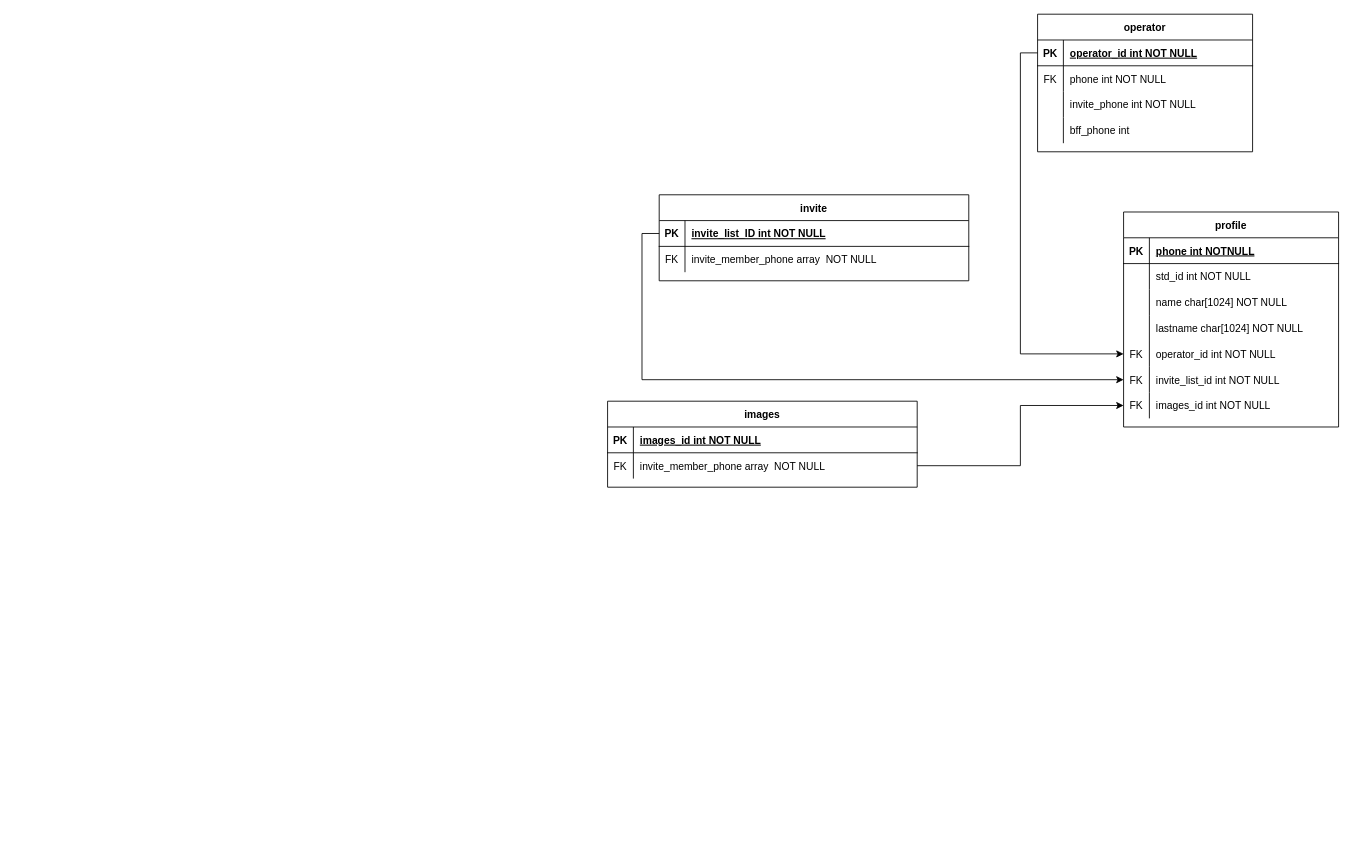
This is ER Diagram/ER Database.drawio from rapeeza1598/DB-Project-KMUTNB, a draw.io file, before an edit. Source tidied: cells renumbered, new cells numbered last; positions are measured from the earlier drawing's top-left corner, leaving out a move shared by most shapes. Both pictures are drawn from the tidied source at 86%, with x=0, y=0 at pixel (607, 14).
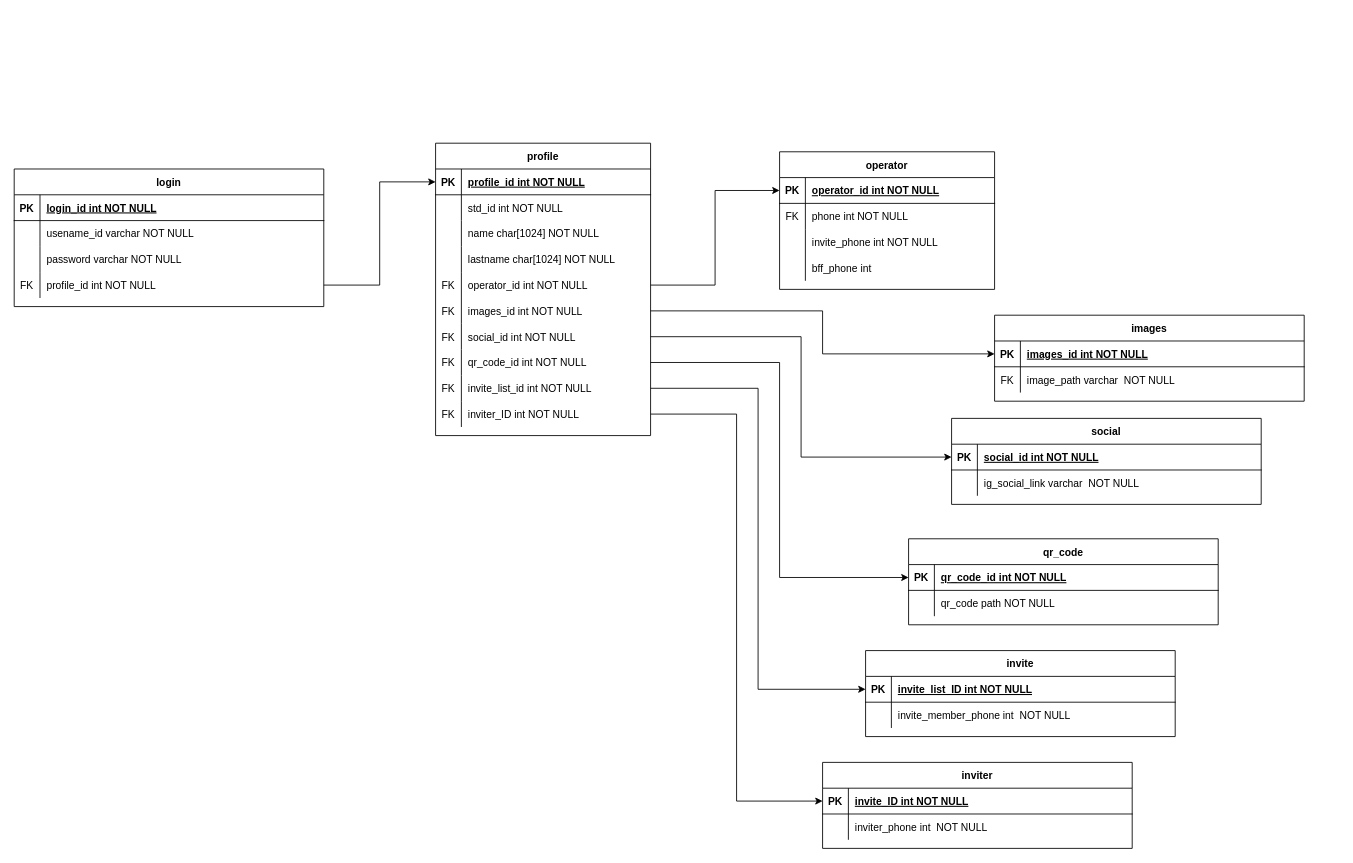
After the change.

Commit message:
:white_check_mark: Update ER Diagram

Unchanged cells that the change refers to:
```xml
<mxCell id="3" style="shape=partialRectangle;fillColor=none;points=[[0,0.5],[1,0.5]];portConstraint=eastwest;top=0;left=0;right=0;bottom=1;" parent="2" vertex="1">
  <mxGeometry y="30" width="250" height="30" as="geometry" />
</mxCell>
<mxCell id="15" style="shape=partialRectangle;fillColor=none;points=[[0,0.5],[1,0.5]];portConstraint=eastwest;top=0;left=0;right=0;bottom=0;" parent="2" vertex="1">
  <mxGeometry y="150" width="250" height="30" as="geometry" />
</mxCell>
<mxCell id="25" style="shape=partialRectangle;fillColor=none;points=[[0,0.5],[1,0.5]];portConstraint=eastwest;top=0;left=0;right=0;bottom=1;" parent="24" vertex="1">
  <mxGeometry y="30" width="360" height="30" as="geometry" />
</mxCell>
<mxCell id="28" style="shape=partialRectangle;fillColor=none;top=0;left=0;right=0;bottom=0;" parent="24" vertex="1">
  <mxGeometry y="60" width="360" height="30" as="geometry" />
</mxCell>
<mxCell id="32" style="shape=partialRectangle;fillColor=none;points=[[0,0.5],[1,0.5]];portConstraint=eastwest;top=0;left=0;right=0;bottom=1;" parent="31" vertex="1">
  <mxGeometry y="30" width="250" height="30" as="geometry" />
</mxCell>
<mxCell id="47" style="shape=partialRectangle;fillColor=none;points=[[0,0.5],[1,0.5]];portConstraint=eastwest;top=0;left=0;right=0;bottom=1;" parent="46" vertex="1">
  <mxGeometry y="30" width="360" height="30" as="geometry" />
</mxCell>
<mxCell id="50" style="shape=partialRectangle;fillColor=none;points=[[0,0.5],[1,0.5]];portConstraint=eastwest;top=0;left=0;right=0;bottom=0;" parent="46" vertex="1">
  <mxGeometry y="60" width="360" height="30" as="geometry" />
</mxCell>
```

What changed in the source:
```diff
@@
     <mxCell id="2" value="profile" style="shape=table;startSize=30;childLayout=tableLayout;rowLines=0;fontStyle=1;align=center;" parent="1" vertex="1">
-      <mxGeometry x="600" y="230" width="250" height="250" as="geometry" />
+      <mxGeometry x="-200" y="150" width="250" height="340" as="geometry" />
     </mxCell>
@@
-    <mxCell id="5" value="phone int NOTNULL" style="shape=partialRectangle;overflow=hidden;fillColor=none;top=0;left=0;bottom=0;right=0;align=left;spacingLeft=6;fontStyle=5;" parent="3" vertex="1">
+    <mxCell id="5" value="profile_id int NOT NULL" style="shape=partialRectangle;overflow=hidden;fillColor=none;top=0;left=0;bottom=0;right=0;align=left;spacingLeft=6;fontStyle=5;" parent="3" vertex="1">
       <mxGeometry x="30" width="220" height="30" as="geometry" />
     </mxCell>
@@
+    <mxCell id="21" style="shape=partialRectangle;fillColor=none;points=[[0,0.5],[1,0.5]];portConstraint=eastwest;top=0;left=0;right=0;bottom=0;" parent="2" vertex="1">
+      <mxGeometry y="180" width="250" height="30" as="geometry" />
+    </mxCell>
+    <mxCell id="22" value="FK" style="shape=partialRectangle;overflow=hidden;fillColor=none;top=0;left=0;bottom=0;right=0;" parent="21" vertex="1">
+      <mxGeometry width="30" height="30" as="geometry" />
+    </mxCell>
+    <mxCell id="23" value="images_id int NOT NULL" style="shape=partialRectangle;overflow=hidden;fillColor=none;top=0;left=0;bottom=0;right=0;align=left;spacingLeft=6;" parent="21" vertex="1">
+      <mxGeometry x="30" width="220" height="30" as="geometry" />
+    </mxCell>
+    <mxCell id="54" style="shape=partialRectangle;fillColor=none;points=[[0,0.5],[1,0.5]];portConstraint=eastwest;top=0;left=0;right=0;bottom=0;" parent="2" vertex="1">
+      <mxGeometry y="210" width="250" height="30" as="geometry" />
+    </mxCell>
+    <mxCell id="55" value="FK" style="shape=partialRectangle;overflow=hidden;fillColor=none;top=0;left=0;bottom=0;right=0;" parent="54" vertex="1">
+      <mxGeometry width="30" height="30" as="geometry" />
+    </mxCell>
+    <mxCell id="56" value="social_id int NOT NULL" style="shape=partialRectangle;overflow=hidden;fillColor=none;top=0;left=0;bottom=0;right=0;align=left;spacingLeft=6;" parent="54" vertex="1">
+      <mxGeometry x="30" width="220" height="30" as="geometry" />
+    </mxCell>
+    <mxCell id="57" style="shape=partialRectangle;fillColor=none;points=[[0,0.5],[1,0.5]];portConstraint=eastwest;top=0;left=0;right=0;bottom=0;" parent="2" vertex="1">
+      <mxGeometry y="240" width="250" height="30" as="geometry" />
+    </mxCell>
+    <mxCell id="58" value="FK" style="shape=partialRectangle;overflow=hidden;fillColor=none;top=0;left=0;bottom=0;right=0;" parent="57" vertex="1">
+      <mxGeometry width="30" height="30" as="geometry" />
+    </mxCell>
+    <mxCell id="59" value="qr_code_id int NOT NULL" style="shape=partialRectangle;overflow=hidden;fillColor=none;top=0;left=0;bottom=0;right=0;align=left;spacingLeft=6;" parent="57" vertex="1">
+      <mxGeometry x="30" width="220" height="30" as="geometry" />
+    </mxCell>
     <mxCell id="18" style="shape=partialRectangle;fillColor=none;points=[[0,0.5],[1,0.5]];portConstraint=eastwest;top=0;left=0;right=0;bottom=0;" parent="2" vertex="1">
-      <mxGeometry y="180" width="250" height="30" as="geometry" />
+      <mxGeometry y="270" width="250" height="30" as="geometry" />
     </mxCell>
@@
-    <mxCell id="21" style="shape=partialRectangle;fillColor=none;points=[[0,0.5],[1,0.5]];portConstraint=eastwest;top=0;left=0;right=0;bottom=0;" parent="2" vertex="1">
-      <mxGeometry y="210" width="250" height="30" as="geometry" />
-    </mxCell>
-    <mxCell id="22" value="FK" style="shape=partialRectangle;overflow=hidden;fillColor=none;top=0;left=0;bottom=0;right=0;" parent="21" vertex="1">
-      <mxGeometry width="30" height="30" as="geometry" />
-    </mxCell>
-    <mxCell id="23" value="images_id int NOT NULL" style="shape=partialRectangle;overflow=hidden;fillColor=none;top=0;left=0;bottom=0;right=0;align=left;spacingLeft=6;" parent="21" vertex="1">
-      <mxGeometry x="30" width="220" height="30" as="geometry" />
-    </mxCell>
+    <mxCell id="60" style="shape=partialRectangle;fillColor=none;points=[[0,0.5],[1,0.5]];portConstraint=eastwest;top=0;left=0;right=0;bottom=0;" parent="2" vertex="1">
+      <mxGeometry y="300" width="250" height="30" as="geometry" />
+    </mxCell>
+    <mxCell id="61" value="FK" style="shape=partialRectangle;overflow=hidden;fillColor=none;top=0;left=0;bottom=0;right=0;" parent="60" vertex="1">
+      <mxGeometry width="30" height="30" as="geometry" />
+    </mxCell>
+    <mxCell id="62" value="inviter_ID int NOT NULL" style="shape=partialRectangle;overflow=hidden;fillColor=none;top=0;left=0;bottom=0;right=0;align=left;spacingLeft=6;" parent="60" vertex="1">
+      <mxGeometry x="30" width="220" height="30" as="geometry" />
+    </mxCell>
     <mxCell id="24" value="invite" style="shape=table;startSize=30;childLayout=tableLayout;rowLines=0;fontStyle=1;align=center;" parent="1" vertex="1">
-      <mxGeometry x="60" y="210" width="360" height="100" as="geometry" />
+      <mxGeometry x="300" y="740" width="360" height="100" as="geometry" />
     </mxCell>
@@
-    <mxCell id="29" value="FK" style="shape=partialRectangle;overflow=hidden;fillColor=none;top=0;left=0;bottom=0;right=0;" parent="28" vertex="1">
+    <mxCell id="29" style="shape=partialRectangle;overflow=hidden;fillColor=none;top=0;left=0;bottom=0;right=0;" parent="28" vertex="1">
       <mxGeometry width="30" height="30" as="geometry" />
     </mxCell>
-    <mxCell id="30" value="invite_member_phone array  NOT NULL" style="shape=partialRectangle;overflow=hidden;fillColor=none;top=0;left=0;bottom=0;right=0;align=left;spacingLeft=6;" parent="28" vertex="1">
+    <mxCell id="30" value="invite_member_phone int  NOT NULL" style="shape=partialRectangle;overflow=hidden;fillColor=none;top=0;left=0;bottom=0;right=0;align=left;spacingLeft=6;" parent="28" vertex="1">
       <mxGeometry x="30" width="330" height="30" as="geometry" />
     </mxCell>
     <mxCell id="31" value="operator" style="shape=table;startSize=30;childLayout=tableLayout;rowLines=0;fontStyle=1;align=center;" parent="1" vertex="1">
-      <mxGeometry x="500" width="250" height="160" as="geometry" />
+      <mxGeometry x="200" y="160" width="250" height="160" as="geometry" />
     </mxCell>
@@
-    <mxCell id="44" style="edgeStyle=orthogonalEdgeStyle;rounded=0;jettySize=auto;html=1;exitX=0;exitY=0.5;exitDx=0;exitDy=0;entryX=0;entryY=0.5;entryDx=0;entryDy=0;" parent="1" edge="1" source="32" target="15">
-      <mxGeometry relative="1" as="geometry" />
-    </mxCell>
-    <mxCell id="45" style="edgeStyle=orthogonalEdgeStyle;rounded=0;jettySize=auto;html=1;exitX=0;exitY=0.5;exitDx=0;exitDy=0;entryX=0;entryY=0.5;entryDx=0;entryDy=0;" parent="1" edge="1" source="25" target="18">
-      <mxGeometry relative="1" as="geometry" />
-    </mxCell>
     <mxCell id="46" value="images" style="shape=table;startSize=30;childLayout=tableLayout;rowLines=0;fontStyle=1;align=center;" parent="1" vertex="1">
-      <mxGeometry y="450" width="360" height="100" as="geometry" />
+      <mxGeometry x="450" y="350" width="360" height="100" as="geometry" />
     </mxCell>
@@
-    <mxCell id="52" value="invite_member_phone array  NOT NULL" style="shape=partialRectangle;overflow=hidden;fillColor=none;top=0;left=0;bottom=0;right=0;align=left;spacingLeft=6;" parent="50" vertex="1">
+    <mxCell id="52" value="image_path varchar  NOT NULL" style="shape=partialRectangle;overflow=hidden;fillColor=none;top=0;left=0;bottom=0;right=0;align=left;spacingLeft=6;" parent="50" vertex="1">
       <mxGeometry x="30" width="330" height="30" as="geometry" />
     </mxCell>
-    <mxCell id="53" style="edgeStyle=orthogonalEdgeStyle;rounded=0;jettySize=auto;html=1;exitX=1;exitY=0.5;exitDx=0;exitDy=0;entryX=0;entryY=0.5;entryDx=0;entryDy=0;" parent="1" edge="1" source="50" target="21">
-      <mxGeometry relative="1" as="geometry" />
-    </mxCell>
+    <mxCell id="63" value="social" style="shape=table;startSize=30;childLayout=tableLayout;rowLines=0;fontStyle=1;align=center;" parent="1" vertex="1">
+      <mxGeometry x="400" y="470" width="360" height="100" as="geometry" />
+    </mxCell>
+    <mxCell id="64" style="shape=partialRectangle;fillColor=none;points=[[0,0.5],[1,0.5]];portConstraint=eastwest;top=0;left=0;right=0;bottom=1;" parent="63" vertex="1">
+      <mxGeometry y="30" width="360" height="30" as="geometry" />
+    </mxCell>
+    <mxCell id="65" value="PK" style="shape=partialRectangle;overflow=hidden;fillColor=none;top=0;left=0;bottom=0;right=0;fontStyle=1;" parent="64" vertex="1">
+      <mxGeometry width="30" height="30" as="geometry" />
+    </mxCell>
+    <mxCell id="66" value="social_id int NOT NULL" style="shape=partialRectangle;overflow=hidden;fillColor=none;top=0;left=0;bottom=0;right=0;align=left;spacingLeft=6;fontStyle=5;" parent="64" vertex="1">
+      <mxGeometry x="30" width="330" height="30" as="geometry" />
+    </mxCell>
+    <mxCell id="67" style="shape=partialRectangle;fillColor=none;top=0;left=0;right=0;bottom=0;" parent="63" vertex="1">
+      <mxGeometry y="60" width="360" height="30" as="geometry" />
+    </mxCell>
+    <mxCell id="68" style="shape=partialRectangle;overflow=hidden;fillColor=none;top=0;left=0;bottom=0;right=0;" parent="67" vertex="1">
+      <mxGeometry width="30" height="30" as="geometry" />
+    </mxCell>
+    <mxCell id="69" value="ig_social_link varchar  NOT NULL" style="shape=partialRectangle;overflow=hidden;fillColor=none;top=0;left=0;bottom=0;right=0;align=left;spacingLeft=6;" parent="67" vertex="1">
+      <mxGeometry x="30" width="330" height="30" as="geometry" />
+    </mxCell>
+    <mxCell id="70" value="login" style="shape=table;startSize=30;childLayout=tableLayout;rowLines=0;fontStyle=1;align=center;" parent="1" vertex="1">
+      <mxGeometry x="-690" y="180" width="360" height="160" as="geometry" />
+    </mxCell>
+    <mxCell id="71" style="shape=partialRectangle;fillColor=none;top=0;left=0;right=0;bottom=1;" parent="70" vertex="1">
+      <mxGeometry y="30" width="360" height="30" as="geometry" />
+    </mxCell>
+    <mxCell id="72" value="PK" style="shape=partialRectangle;overflow=hidden;fillColor=none;top=0;left=0;bottom=0;right=0;fontStyle=1;" parent="71" vertex="1">
+      <mxGeometry width="30" height="30" as="geometry" />
+    </mxCell>
+    <mxCell id="73" value="login_id int NOT NULL" style="shape=partialRectangle;overflow=hidden;fillColor=none;top=0;left=0;bottom=0;right=0;align=left;spacingLeft=6;fontStyle=5;" parent="71" vertex="1">
+      <mxGeometry x="30" width="330" height="30" as="geometry" />
+    </mxCell>
+    <mxCell id="74" style="shape=partialRectangle;fillColor=none;top=0;left=0;right=0;bottom=0;" parent="70" vertex="1">
+      <mxGeometry y="60" width="360" height="30" as="geometry" />
+    </mxCell>
+    <mxCell id="75" style="shape=partialRectangle;overflow=hidden;fillColor=none;top=0;left=0;bottom=0;right=0;" parent="74" vertex="1">
+      <mxGeometry width="30" height="30" as="geometry" />
+    </mxCell>
+    <mxCell id="76" value="usename_id varchar NOT NULL" style="shape=partialRectangle;overflow=hidden;fillColor=none;top=0;left=0;bottom=0;right=0;align=left;spacingLeft=6;" parent="74" vertex="1">
+      <mxGeometry x="30" width="330" height="30" as="geometry" />
+    </mxCell>
+    <mxCell id="77" style="shape=partialRectangle;fillColor=none;top=0;left=0;right=0;bottom=0;" parent="70" vertex="1">
+      <mxGeometry y="90" width="360" height="30" as="geometry" />
+    </mxCell>
+    <mxCell id="78" style="shape=partialRectangle;overflow=hidden;fillColor=none;top=0;left=0;bottom=0;right=0;" parent="77" vertex="1">
+      <mxGeometry width="30" height="30" as="geometry" />
+    </mxCell>
+    <mxCell id="79" value="password varchar NOT NULL" style="shape=partialRectangle;overflow=hidden;fillColor=none;top=0;left=0;bottom=0;right=0;align=left;spacingLeft=6;" parent="77" vertex="1">
+      <mxGeometry x="30" width="330" height="30" as="geometry" />
+    </mxCell>
+    <mxCell id="80" style="shape=partialRectangle;fillColor=none;points=[[0,0.5],[1,0.5]];portConstraint=eastwest;top=0;left=0;right=0;bottom=0;" parent="70" vertex="1">
+      <mxGeometry y="120" width="360" height="30" as="geometry" />
+    </mxCell>
+    <mxCell id="81" value="FK" style="shape=partialRectangle;overflow=hidden;fillColor=none;top=0;left=0;bottom=0;right=0;" parent="80" vertex="1">
+      <mxGeometry width="30" height="30" as="geometry" />
+    </mxCell>
+    <mxCell id="82" value="profile_id int NOT NULL" style="shape=partialRectangle;overflow=hidden;fillColor=none;top=0;left=0;bottom=0;right=0;align=left;spacingLeft=6;" parent="80" vertex="1">
+      <mxGeometry x="30" width="330" height="30" as="geometry" />
+    </mxCell>
+    <mxCell id="83" value="inviter" style="shape=table;startSize=30;childLayout=tableLayout;rowLines=0;fontStyle=1;align=center;" parent="1" vertex="1">
+      <mxGeometry x="250" y="870" width="360" height="100" as="geometry" />
+    </mxCell>
+    <mxCell id="84" style="shape=partialRectangle;fillColor=none;points=[[0,0.5],[1,0.5]];portConstraint=eastwest;top=0;left=0;right=0;bottom=1;" parent="83" vertex="1">
+      <mxGeometry y="30" width="360" height="30" as="geometry" />
+    </mxCell>
+    <mxCell id="85" value="PK" style="shape=partialRectangle;overflow=hidden;fillColor=none;top=0;left=0;bottom=0;right=0;fontStyle=1;" parent="84" vertex="1">
+      <mxGeometry width="30" height="30" as="geometry" />
+    </mxCell>
+    <mxCell id="86" value="invite_ID int NOT NULL" style="shape=partialRectangle;overflow=hidden;fillColor=none;top=0;left=0;bottom=0;right=0;align=left;spacingLeft=6;fontStyle=5;" parent="84" vertex="1">
+      <mxGeometry x="30" width="330" height="30" as="geometry" />
+    </mxCell>
+    <mxCell id="87" style="shape=partialRectangle;fillColor=none;top=0;left=0;right=0;bottom=0;" parent="83" vertex="1">
+      <mxGeometry y="60" width="360" height="30" as="geometry" />
+    </mxCell>
+    <mxCell id="88" style="shape=partialRectangle;overflow=hidden;fillColor=none;top=0;left=0;bottom=0;right=0;" parent="87" vertex="1">
+      <mxGeometry width="30" height="30" as="geometry" />
+    </mxCell>
+    <mxCell id="89" value="inviter_phone int  NOT NULL" style="shape=partialRectangle;overflow=hidden;fillColor=none;top=0;left=0;bottom=0;right=0;align=left;spacingLeft=6;" parent="87" vertex="1">
+      <mxGeometry x="30" width="330" height="30" as="geometry" />
+    </mxCell>
+    <mxCell id="90" value="qr_code" style="shape=table;startSize=30;childLayout=tableLayout;rowLines=0;fontStyle=1;align=center;" parent="1" vertex="1">
+      <mxGeometry x="350" y="610" width="360" height="100" as="geometry" />
+    </mxCell>
+    <mxCell id="91" style="shape=partialRectangle;fillColor=none;points=[[0,0.5],[1,0.5]];portConstraint=eastwest;top=0;left=0;right=0;bottom=1;" parent="90" vertex="1">
+      <mxGeometry y="30" width="360" height="30" as="geometry" />
+    </mxCell>
+    <mxCell id="92" value="PK" style="shape=partialRectangle;overflow=hidden;fillColor=none;top=0;left=0;bottom=0;right=0;fontStyle=1;" parent="91" vertex="1">
+      <mxGeometry width="30" height="30" as="geometry" />
+    </mxCell>
+    <mxCell id="93" value="qr_code_id int NOT NULL" style="shape=partialRectangle;overflow=hidden;fillColor=none;top=0;left=0;bottom=0;right=0;align=left;spacingLeft=6;fontStyle=5;" parent="91" vertex="1">
+      <mxGeometry x="30" width="330" height="30" as="geometry" />
+    </mxCell>
+    <mxCell id="94" style="shape=partialRectangle;fillColor=none;top=0;left=0;right=0;bottom=0;" parent="90" vertex="1">
+      <mxGeometry y="60" width="360" height="30" as="geometry" />
+    </mxCell>
+    <mxCell id="95" style="shape=partialRectangle;overflow=hidden;fillColor=none;top=0;left=0;bottom=0;right=0;" parent="94" vertex="1">
+      <mxGeometry width="30" height="30" as="geometry" />
+    </mxCell>
+    <mxCell id="96" value="qr_code path NOT NULL" style="shape=partialRectangle;overflow=hidden;fillColor=none;top=0;left=0;bottom=0;right=0;align=left;spacingLeft=6;" parent="94" vertex="1">
+      <mxGeometry x="30" width="330" height="30" as="geometry" />
+    </mxCell>
+    <mxCell id="97" style="edgeStyle=orthogonalEdgeStyle;rounded=0;jettySize=auto;html=1;exitX=1;exitY=0.5;exitDx=0;exitDy=0;entryX=0;entryY=0.5;entryDx=0;entryDy=0;" parent="1" edge="1" source="15" target="32">
+      <mxGeometry relative="1" as="geometry" />
+    </mxCell>
+    <mxCell id="98" style="edgeStyle=orthogonalEdgeStyle;rounded=0;jettySize=auto;html=1;exitX=1;exitY=0.5;exitDx=0;exitDy=0;entryX=0;entryY=0.5;entryDx=0;entryDy=0;" parent="1" edge="1" source="80" target="3">
+      <mxGeometry relative="1" as="geometry" />
+    </mxCell>
+    <mxCell id="99" style="edgeStyle=orthogonalEdgeStyle;rounded=0;jettySize=auto;html=1;exitX=1;exitY=0.5;exitDx=0;exitDy=0;entryX=0;entryY=0.5;entryDx=0;entryDy=0;" parent="1" edge="1" source="21" target="47">
+      <mxGeometry relative="1" as="geometry" />
+    </mxCell>
+    <mxCell id="100" style="edgeStyle=orthogonalEdgeStyle;rounded=0;jettySize=auto;html=1;exitX=1;exitY=0.5;exitDx=0;exitDy=0;entryX=0;entryY=0.5;entryDx=0;entryDy=0;" parent="1" edge="1" source="54" target="64">
+      <mxGeometry relative="1" as="geometry" />
+    </mxCell>
+    <mxCell id="101" style="edgeStyle=orthogonalEdgeStyle;rounded=0;jettySize=auto;html=1;exitX=1;exitY=0.5;exitDx=0;exitDy=0;entryX=0;entryY=0.5;entryDx=0;entryDy=0;" parent="1" edge="1" source="57" target="91">
+      <mxGeometry relative="1" as="geometry" />
+    </mxCell>
+    <mxCell id="102" style="edgeStyle=orthogonalEdgeStyle;rounded=0;jettySize=auto;html=1;exitX=1;exitY=0.5;exitDx=0;exitDy=0;entryX=0;entryY=0.5;entryDx=0;entryDy=0;" parent="1" edge="1" source="18" target="25">
+      <mxGeometry relative="1" as="geometry" />
+    </mxCell>
+    <mxCell id="103" style="edgeStyle=orthogonalEdgeStyle;rounded=0;jettySize=auto;html=1;exitX=1;exitY=0.5;exitDx=0;exitDy=0;entryX=0;entryY=0.5;entryDx=0;entryDy=0;" parent="1" edge="1" source="60" target="84">
+      <mxGeometry relative="1" as="geometry" />
+    </mxCell>
```
